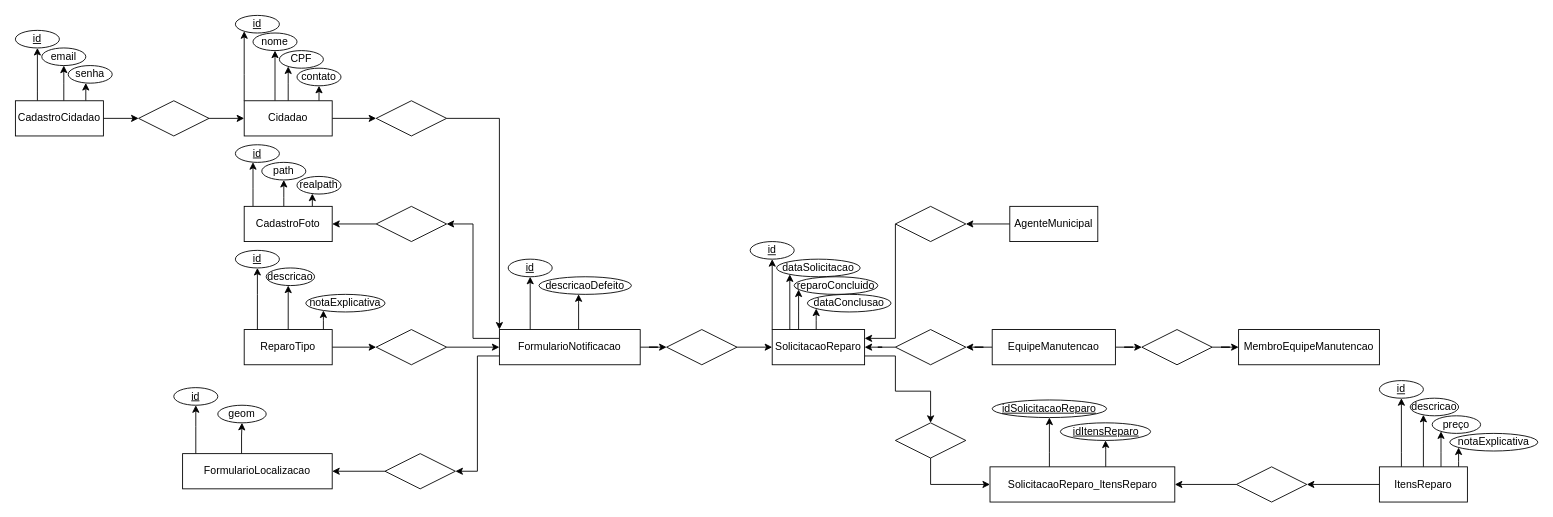
PuraFome/AEP-Segundo-Semestre-2022 keeps this draw.io diagram as diagramas/modelo_conceitual.drawio. Above is the earlier version. Source tidied: cells renumbered, new cells numbered last; positions are measured from the earlier drawing's top-left corner, leaving out a move shared by most shapes. Both pictures are drawn from the tidied source at 88%, with x=0, y=0 at pixel (15, 15).
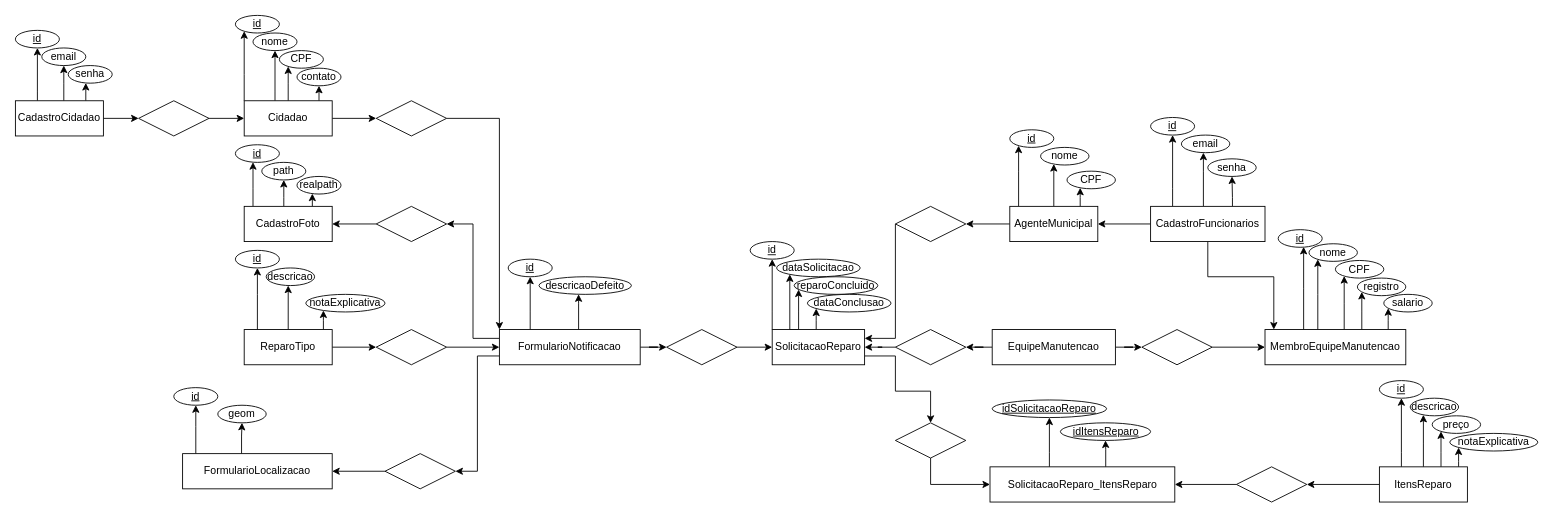
The same diagram, later.

The change refers to these unchanged cells:
```xml
<mxCell id="25" value="SolicitacaoReparo" style="whiteSpace=wrap;html=1;align=center;" parent="1" vertex="1">
  <mxGeometry x="860" y="357" width="105" height="40" as="geometry" />
</mxCell>
<mxCell id="64" value="AgenteMunicipal" style="whiteSpace=wrap;html=1;align=center;" parent="1" vertex="1">
  <mxGeometry x="1130" y="217" width="100" height="40" as="geometry" />
</mxCell>
<mxCell id="66" style="shape=rhombus;perimeter=rhombusPerimeter;whiteSpace=wrap;html=1;align=center;" parent="1" vertex="1">
  <mxGeometry x="1000" y="217" width="80" height="40" as="geometry" />
</mxCell>
```

What changed in the source:
```diff
@@
+    <mxCell id="101" style="edgeStyle=orthogonalEdgeStyle;rounded=0;jettySize=auto;html=1;entryX=0.578;entryY=0.977;entryDx=0;entryDy=0;entryPerimeter=0;" parent="1" edge="1" source="30" target="121">
+      <mxGeometry relative="1" as="geometry">
+        <Array as="points">
+          <mxPoint x="1464" y="310" />
+        </Array>
+      </mxGeometry>
+    </mxCell>
+    <mxCell id="102" style="edgeStyle=orthogonalEdgeStyle;rounded=0;jettySize=auto;html=1;" parent="1" edge="1" source="30" target="122">
+      <mxGeometry relative="1" as="geometry">
+        <Array as="points">
+          <mxPoint x="1480" y="317" />
+          <mxPoint x="1480" y="317" />
+        </Array>
+      </mxGeometry>
+    </mxCell>
+    <mxCell id="103" style="edgeStyle=orthogonalEdgeStyle;rounded=0;jettySize=auto;html=1;" parent="1" edge="1" source="30" target="123">
+      <mxGeometry relative="1" as="geometry">
+        <Array as="points">
+          <mxPoint x="1510" y="327" />
+          <mxPoint x="1510" y="327" />
+        </Array>
+      </mxGeometry>
+    </mxCell>
+    <mxCell id="104" style="edgeStyle=orthogonalEdgeStyle;rounded=0;jettySize=auto;html=1;" parent="1" edge="1" source="30" target="124">
+      <mxGeometry relative="1" as="geometry">
+        <Array as="points">
+          <mxPoint x="1530" y="337" />
+          <mxPoint x="1530" y="337" />
+        </Array>
+      </mxGeometry>
+    </mxCell>
+    <mxCell id="105" style="edgeStyle=orthogonalEdgeStyle;rounded=0;jettySize=auto;html=1;" parent="1" edge="1" source="30" target="125">
+      <mxGeometry relative="1" as="geometry">
+        <Array as="points">
+          <mxPoint x="1560" y="347" />
+          <mxPoint x="1560" y="347" />
+        </Array>
+      </mxGeometry>
+    </mxCell>
     <mxCell id="30" value="MembroEquipeManutencao" style="whiteSpace=wrap;html=1;align=center;" parent="1" vertex="1">
-      <mxGeometry x="1390" y="357" width="160" height="40" as="geometry" />
+      <mxGeometry x="1420" y="357" width="160" height="40" as="geometry" />
     </mxCell>
@@
+    <mxCell id="106" style="edgeStyle=orthogonalEdgeStyle;rounded=0;jettySize=auto;html=1;" parent="1" edge="1" source="64" target="115">
+      <mxGeometry relative="1" as="geometry">
+        <Array as="points">
+          <mxPoint x="1140" y="177" />
+          <mxPoint x="1140" y="177" />
+        </Array>
+      </mxGeometry>
+    </mxCell>
+    <mxCell id="107" style="edgeStyle=orthogonalEdgeStyle;rounded=0;jettySize=auto;html=1;" parent="1" edge="1" source="64" target="116">
+      <mxGeometry relative="1" as="geometry">
+        <Array as="points">
+          <mxPoint x="1180" y="167" />
+          <mxPoint x="1180" y="167" />
+        </Array>
+      </mxGeometry>
+    </mxCell>
+    <mxCell id="108" style="edgeStyle=orthogonalEdgeStyle;rounded=0;jettySize=auto;html=1;" parent="1" edge="1" source="64" target="117">
+      <mxGeometry relative="1" as="geometry">
+        <Array as="points">
+          <mxPoint x="1210" y="207" />
+          <mxPoint x="1210" y="207" />
+        </Array>
+      </mxGeometry>
+    </mxCell>
@@
-    <mxCell id="65" style="edgeStyle=orthogonalEdgeStyle;rounded=0;jettySize=auto;html=1;" parent="1" edge="1" source="66" target="25">
+    <mxCell id="65" style="edgeStyle=orthogonalEdgeStyle;rounded=0;jettySize=auto;html=1;exitX=0;exitY=0.5;exitDx=0;exitDy=0;" parent="1" edge="1" source="66" target="25">
       <mxGeometry relative="1" as="geometry">
         <Array as="points">
           <mxPoint x="1000" y="367" />
         </Array>
       </mxGeometry>
     </mxCell>
@@
+    <mxCell id="109" style="edgeStyle=orthogonalEdgeStyle;rounded=0;jettySize=auto;html=1;" parent="1" edge="1" source="114" target="64">
+      <mxGeometry relative="1" as="geometry" />
+    </mxCell>
+    <mxCell id="110" style="edgeStyle=orthogonalEdgeStyle;rounded=0;jettySize=auto;html=1;" parent="1" edge="1" source="114" target="30">
+      <mxGeometry relative="1" as="geometry">
+        <Array as="points">
+          <mxPoint x="1355" y="297" />
+          <mxPoint x="1430" y="297" />
+        </Array>
+      </mxGeometry>
+    </mxCell>
+    <mxCell id="111" style="edgeStyle=orthogonalEdgeStyle;rounded=0;jettySize=auto;html=1;" parent="1" edge="1" source="114" target="118">
+      <mxGeometry relative="1" as="geometry">
+        <Array as="points">
+          <mxPoint x="1315" y="197" />
+          <mxPoint x="1315" y="197" />
+        </Array>
+      </mxGeometry>
+    </mxCell>
+    <mxCell id="112" style="edgeStyle=orthogonalEdgeStyle;rounded=0;jettySize=auto;html=1;" parent="1" edge="1" source="114" target="119">
+      <mxGeometry relative="1" as="geometry">
+        <Array as="points">
+          <mxPoint x="1350" y="177" />
+          <mxPoint x="1350" y="177" />
+        </Array>
+      </mxGeometry>
+    </mxCell>
+    <mxCell id="113" style="edgeStyle=orthogonalEdgeStyle;rounded=0;jettySize=auto;html=1;" parent="1" edge="1" source="114" target="120">
+      <mxGeometry relative="1" as="geometry">
+        <Array as="points">
+          <mxPoint x="1383" y="207" />
+          <mxPoint x="1383" y="207" />
+        </Array>
+      </mxGeometry>
+    </mxCell>
+    <mxCell id="114" value="CadastroFuncionarios" style="whiteSpace=wrap;html=1;align=center;" parent="1" vertex="1">
+      <mxGeometry x="1290" y="217" width="130" height="40" as="geometry" />
+    </mxCell>
+    <mxCell id="115" value="id" style="ellipse;whiteSpace=wrap;html=1;align=center;fontStyle=4;" parent="1" vertex="1">
+      <mxGeometry x="1130" y="130" width="50" height="20" as="geometry" />
+    </mxCell>
+    <mxCell id="116" value="nome" style="ellipse;whiteSpace=wrap;html=1;align=center;" parent="1" vertex="1">
+      <mxGeometry x="1165" y="150" width="55" height="20" as="geometry" />
+    </mxCell>
+    <mxCell id="117" value="CPF" style="ellipse;whiteSpace=wrap;html=1;align=center;" parent="1" vertex="1">
+      <mxGeometry x="1195" y="177" width="55" height="20" as="geometry" />
+    </mxCell>
+    <mxCell id="118" value="id" style="ellipse;whiteSpace=wrap;html=1;align=center;fontStyle=4;" parent="1" vertex="1">
+      <mxGeometry x="1290" y="116" width="50" height="20" as="geometry" />
+    </mxCell>
+    <mxCell id="119" value="email" style="ellipse;whiteSpace=wrap;html=1;align=center;" parent="1" vertex="1">
+      <mxGeometry x="1325" y="136" width="55" height="20" as="geometry" />
+    </mxCell>
+    <mxCell id="120" value="senha" style="ellipse;whiteSpace=wrap;html=1;align=center;" parent="1" vertex="1">
+      <mxGeometry x="1355" y="163" width="55" height="20" as="geometry" />
+    </mxCell>
+    <mxCell id="121" value="id" style="ellipse;whiteSpace=wrap;html=1;align=center;fontStyle=4;" parent="1" vertex="1">
+      <mxGeometry x="1435" y="243.5" width="50" height="20" as="geometry" />
+    </mxCell>
+    <mxCell id="122" value="nome" style="ellipse;whiteSpace=wrap;html=1;align=center;" parent="1" vertex="1">
+      <mxGeometry x="1470" y="259.5" width="55" height="20" as="geometry" />
+    </mxCell>
+    <mxCell id="123" value="CPF" style="ellipse;whiteSpace=wrap;html=1;align=center;" parent="1" vertex="1">
+      <mxGeometry x="1500" y="278.5" width="55" height="20" as="geometry" />
+    </mxCell>
+    <mxCell id="124" value="registro" style="ellipse;whiteSpace=wrap;html=1;align=center;" parent="1" vertex="1">
+      <mxGeometry x="1525" y="298.5" width="55" height="20" as="geometry" />
+    </mxCell>
+    <mxCell id="125" value="salario" style="ellipse;whiteSpace=wrap;html=1;align=center;" parent="1" vertex="1">
+      <mxGeometry x="1555" y="317" width="55" height="20" as="geometry" />
+    </mxCell>
```
